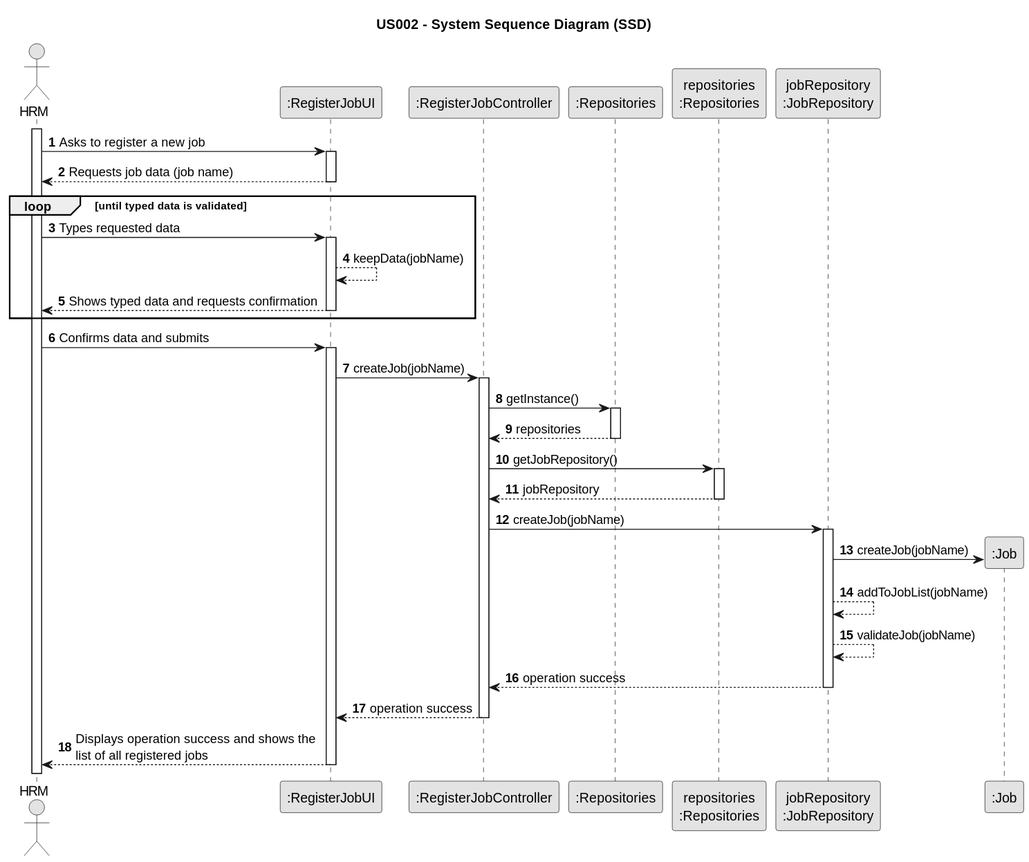
Earlier version of the PlantUML export docs/sprintB/us002/03.design/svg/us002-sequence-diagram.svg (Rui-San/LAPR2_2023_2024).
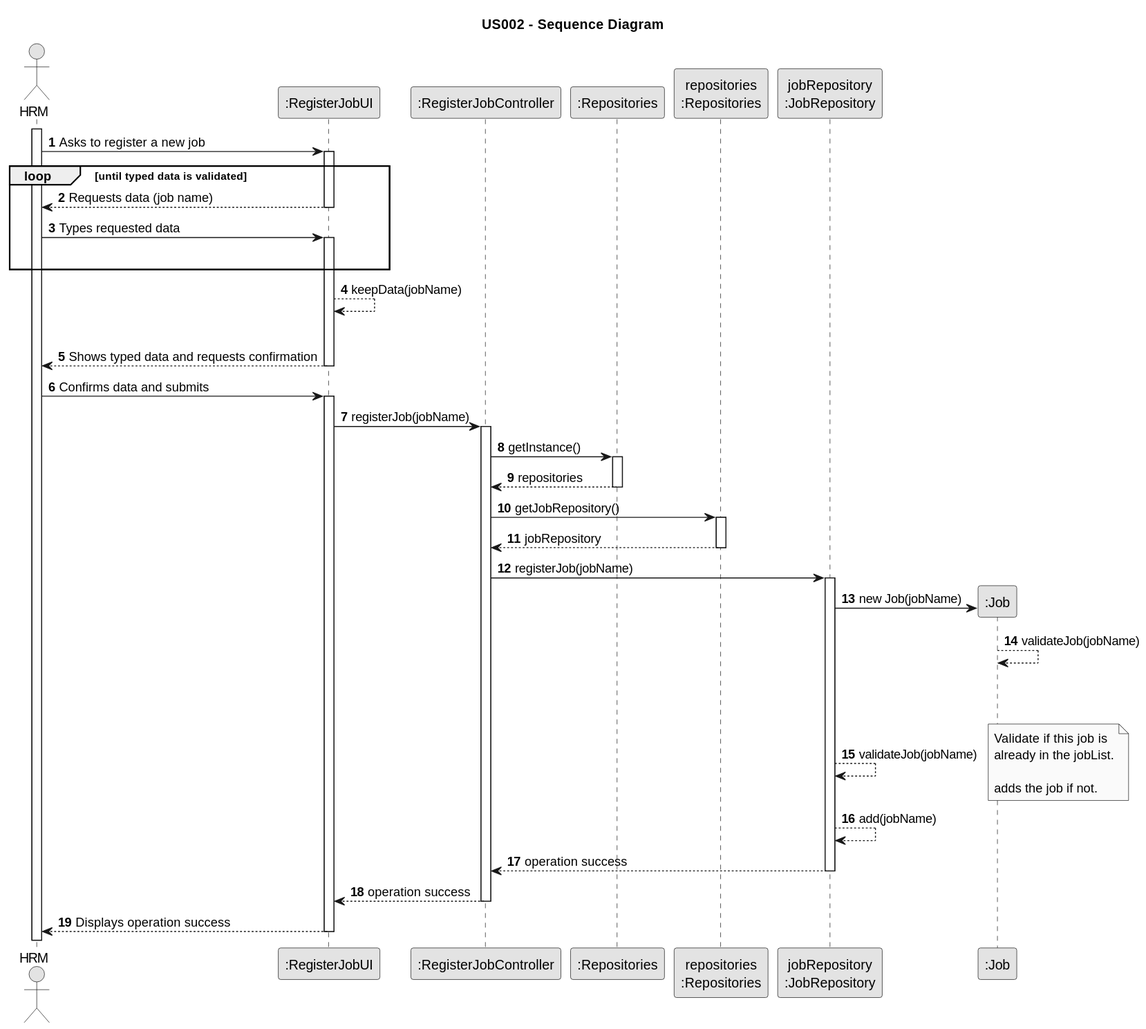
Above is the later version.

Change to the diagram source:
```diff
@@ -3,38 +3,41 @@
 skinparam packageStyle rectangle
 skinparam shadowing false
 
-title US002 - System Sequence Diagram (SSD)
+title US002 - Sequence Diagram
 
 autonumber
 
-actor "HRM" as Employee
-participant ":RegisterJobUI" as CJU
+actor "HRM" as HRM
+participant ":RegisterJobUI" as UI
 participant ":RegisterJobController" as CJC
 participant ":Repositories" as REPO
 participant "repositories\n:Repositories" as Repos
 participant "jobRepository\n:JobRepository" as ORG
 participant ":Job" as JOB
 
-activate Employee
+activate HRM
 
-    Employee -> CJU : Asks to register a new job
-    activate CJU
+    HRM -> UI : Asks to register a new job
+    activate UI
+    loop until typed data is validated
+        UI --> HRM : Requests data (job name)
+    deactivate UI
 
-        CJU --> Employee : Requests job data (job name)
-    deactivate CJU
-    loop until typed data is validated
-    Employee -> CJU : Types requested data
-    activate CJU
-    CJU --> CJU : keepData(jobName)
+    HRM -> UI : Types requested data
+    activate UI
+    |||
+    end
+    UI --> UI : keepData(jobName)
+    |||
 
-        CJU --> Employee : Shows typed data and requests confirmation
-    deactivate CJU
-    end
+        UI --> HRM : Shows typed data and requests confirmation
+    deactivate UI
 
-    Employee -> CJU : Confirms data and submits
-    activate CJU
 
-    CJU -> CJC : createJob(jobName)
+    HRM -> UI : Confirms data and submits
+    activate UI
+
+    UI -> CJC : registerJob(jobName)
     activate CJC
 
     CJC -> REPO : getInstance()
@@ -49,21 +52,32 @@
     Repos --> CJC : jobRepository
     deactivate Repos
 
-    CJC -> ORG : createJob(jobName)
+    CJC -> ORG : registerJob(jobName)
 
     activate ORG
 
-    ORG -> JOB** : createJob(jobName)
+    ORG -> JOB** : new Job(jobName)
 
-    ORG --> ORG : addToJobList(jobName)
+    JOB --> JOB : validateJob(jobName)
 
+    |||
+    |||
     ORG --> ORG : validateJob(jobName)
+    note right
+    Validate if this job is
+    already in the jobList.
+
+    adds the job if not.
+    end note
+    ORG --> ORG : add(jobName)
+
+
 
     ORG --> CJC : operation success
     deactivate ORG
-    CJC --> CJU : operation success
+    CJC --> UI : operation success
     deactivate CJC
 
-        CJU --> Employee : Displays operation success and shows the \nlist of all registered jobs
-    deactivate CJU
+        UI --> HRM : Displays operation success
+    deactivate UI
 @enduml
```
